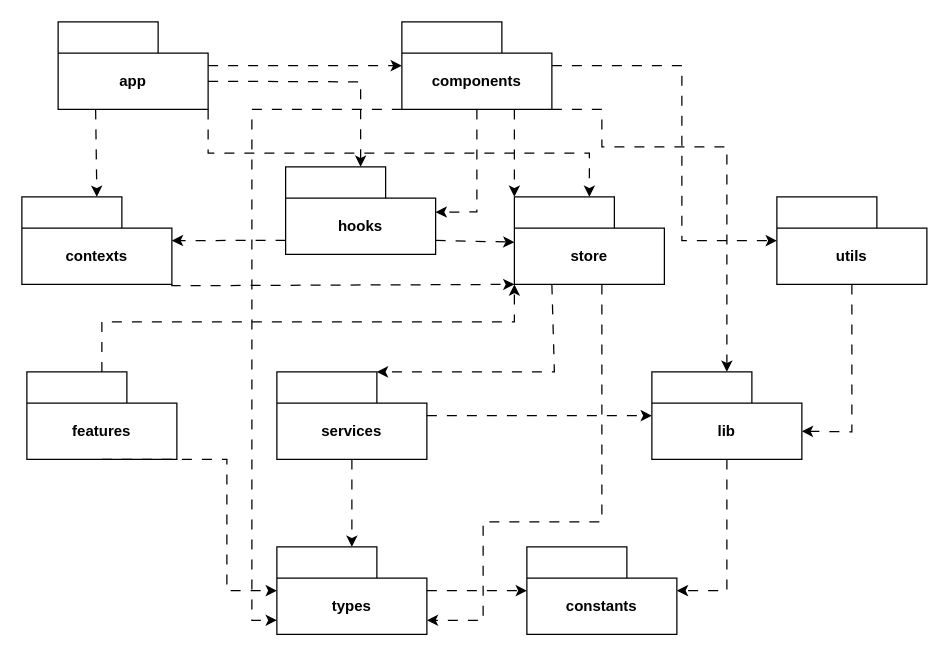
Earlier version of the draw.io diagram docs/package-diagram.drawio (SEP490-FA25-G25/tms-sep490-fe). Source tidied: cells renumbered, new cells numbered last; positions are measured from the earlier drawing's top-left corner, leaving out a move shared by most shapes. Both pictures are drawn from the tidied source at 125%, with x=0, y=0 at pixel (21, 21).
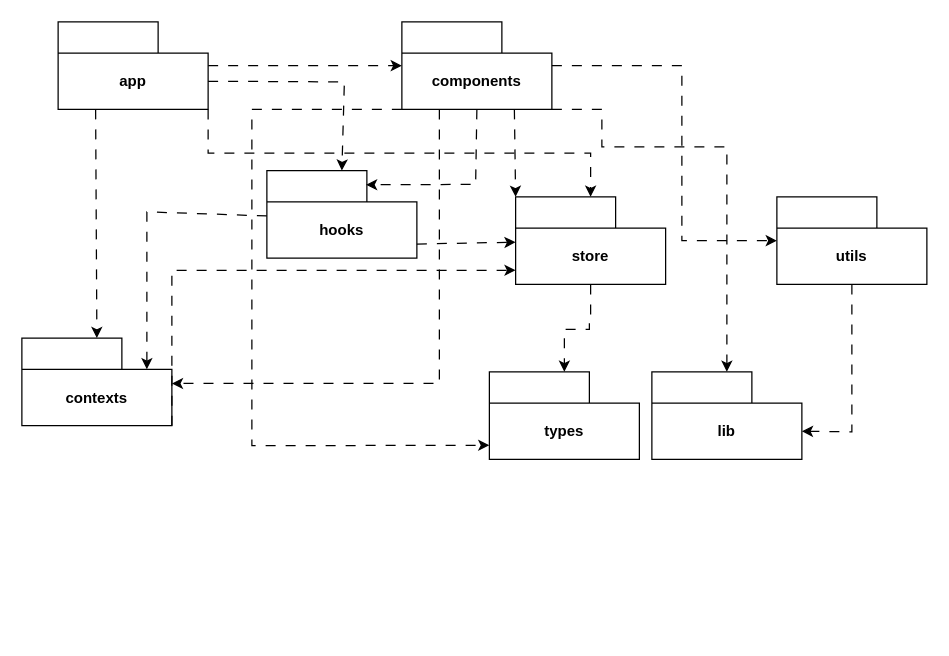
The same page after the edit.

Unchanged cells that the change refers to:
```xml
<mxCell id="2" value="&lt;b&gt;app&lt;/b&gt;" style="shape=folder;fontStyle=1;tabWidth=80;tabHeight=25;tabPosition=left;html=1;boundedLbl=1;whiteSpace=wrap;" parent="1" vertex="1">
  <mxGeometry x="29" width="120" height="70" as="geometry" />
</mxCell>
<mxCell id="3" value="&lt;b&gt;components&lt;/b&gt;" style="shape=folder;fontStyle=1;tabWidth=80;tabHeight=25;tabPosition=left;html=1;boundedLbl=1;whiteSpace=wrap;" parent="1" vertex="1">
  <mxGeometry x="304" width="120" height="70" as="geometry" />
</mxCell>
<mxCell id="10" value="&lt;b&gt;lib&lt;/b&gt;" style="shape=folder;fontStyle=1;tabWidth=80;tabHeight=25;tabPosition=left;html=1;boundedLbl=1;whiteSpace=wrap;" parent="1" vertex="1">
  <mxGeometry x="504" y="280" width="120" height="70" as="geometry" />
</mxCell>
```

Change to the diagram source:
```diff
@@
     <mxCell id="4" value="&lt;b&gt;contexts&lt;/b&gt;" style="shape=folder;fontStyle=1;tabWidth=80;tabHeight=25;tabPosition=left;html=1;boundedLbl=1;whiteSpace=wrap;" parent="1" vertex="1">
-      <mxGeometry y="140" width="120" height="70" as="geometry" />
+      <mxGeometry y="253" width="120" height="70" as="geometry" />
     </mxCell>
     <mxCell id="5" value="&lt;b&gt;hooks&lt;/b&gt;" style="shape=folder;fontStyle=1;tabWidth=80;tabHeight=25;tabPosition=left;html=1;boundedLbl=1;whiteSpace=wrap;" parent="1" vertex="1">
-      <mxGeometry x="211" y="116" width="120" height="70" as="geometry" />
+      <mxGeometry x="196" y="119" width="120" height="70" as="geometry" />
     </mxCell>
     <mxCell id="6" value="&lt;b&gt;store&lt;/b&gt;" style="shape=folder;fontStyle=1;tabWidth=80;tabHeight=25;tabPosition=left;html=1;boundedLbl=1;whiteSpace=wrap;" parent="1" vertex="1">
-      <mxGeometry x="394" y="140" width="120" height="70" as="geometry" />
+      <mxGeometry x="395" y="140" width="120" height="70" as="geometry" />
     </mxCell>
@@
-    <mxCell id="8" value="&lt;b&gt;features&lt;/b&gt;" style="shape=folder;fontStyle=1;tabWidth=80;tabHeight=25;tabPosition=left;html=1;boundedLbl=1;whiteSpace=wrap;" parent="1" vertex="1">
-      <mxGeometry x="4" y="280" width="120" height="70" as="geometry" />
-    </mxCell>
-    <mxCell id="9" value="&lt;b&gt;services&lt;/b&gt;" style="shape=folder;fontStyle=1;tabWidth=80;tabHeight=25;tabPosition=left;html=1;boundedLbl=1;whiteSpace=wrap;" parent="1" vertex="1">
-      <mxGeometry x="204" y="280" width="120" height="70" as="geometry" />
-    </mxCell>
@@
     <mxCell id="11" value="&lt;b&gt;types&lt;/b&gt;" style="shape=folder;fontStyle=1;tabWidth=80;tabHeight=25;tabPosition=left;html=1;boundedLbl=1;whiteSpace=wrap;" parent="1" vertex="1">
-      <mxGeometry x="204" y="420" width="120" height="70" as="geometry" />
+      <mxGeometry x="374" y="280" width="120" height="70" as="geometry" />
     </mxCell>
-    <mxCell id="12" value="&lt;b&gt;constants&lt;/b&gt;" style="shape=folder;fontStyle=1;tabWidth=80;tabHeight=25;tabPosition=left;html=1;boundedLbl=1;whiteSpace=wrap;" parent="1" vertex="1">
-      <mxGeometry x="404" y="420" width="120" height="70" as="geometry" />
-    </mxCell>
@@
     <mxCell id="15" style="endArrow=classic;html=1;rounded=0;dashed=1;dashPattern=8 8;exitX=0;exitY=0;exitDx=120;exitDy=47.5;entryX=0.5;entryY=0;entryDx=0;entryDy=0;exitPerimeter=0;" parent="1" edge="1" source="2" target="5">
       <mxGeometry relative="1" as="geometry">
         <Array as="points">
-          <mxPoint x="271" y="48" />
+          <mxPoint x="258" y="48" />
         </Array>
       </mxGeometry>
     </mxCell>
@@
-    <mxCell id="17" style="endArrow=classic;html=1;rounded=0;dashed=1;dashPattern=8 8;exitX=0.5;exitY=1;exitDx=0;exitDy=0;entryX=0;entryY=0;entryDx=120;entryDy=36.25;entryPerimeter=0;exitPerimeter=0;" parent="1" edge="1" source="3" target="5">
+    <mxCell id="17" style="endArrow=classic;html=1;rounded=0;dashed=1;dashPattern=8 8;exitX=0.5;exitY=1;exitDx=0;exitDy=0;entryX=0.661;entryY=0.162;entryDx=0;entryDy=0;entryPerimeter=0;exitPerimeter=0;" parent="1" edge="1" source="3" target="5">
       <mxGeometry relative="1" as="geometry">
         <Array as="points">
-          <mxPoint x="364" y="152" />
+          <mxPoint x="363" y="130" />
         </Array>
       </mxGeometry>
     </mxCell>
@@
-    <mxCell id="21" style="endArrow=classic;html=1;rounded=0;dashed=1;dashPattern=8 8;exitX=0;exitY=0;exitDx=0;exitDy=58.75;entryX=1;entryY=0.5;entryDx=0;entryDy=0;exitPerimeter=0;" parent="1" edge="1" source="5" target="4">
-      <mxGeometry relative="1" as="geometry" />
+    <mxCell id="21" style="endArrow=classic;html=1;rounded=0;dashed=1;dashPattern=8 8;exitX=0;exitY=0;exitDx=0;exitDy=36.25;entryX=0;entryY=0;entryDx=100;entryDy=25;exitPerimeter=0;entryPerimeter=0;" parent="1" edge="1" source="5" target="4">
+      <mxGeometry relative="1" as="geometry">
+        <Array as="points">
+          <mxPoint x="100" y="152" />
+        </Array>
+      </mxGeometry>
     </mxCell>
@@
-    <mxCell id="23" style="endArrow=classic;html=1;rounded=0;dashed=1;dashPattern=8 8;exitX=1;exitY=1;exitDx=0;exitDy=0;entryX=0;entryY=1;entryDx=0;entryDy=0;edgeStyle=orthogonalEdgeStyle;" parent="1" edge="1" source="4" target="6">
+    <mxCell id="23" style="endArrow=classic;html=1;rounded=0;dashed=1;dashPattern=8 8;exitX=1;exitY=1;exitDx=0;exitDy=0;entryX=0;entryY=0;entryDx=0;entryDy=58.75;edgeStyle=orthogonalEdgeStyle;entryPerimeter=0;" parent="1" edge="1" source="4" target="6">
       <mxGeometry relative="1" as="geometry">
         <Array as="points">
-          <mxPoint x="144" y="211" />
-          <mxPoint x="404" y="211" />
+          <mxPoint x="120" y="199" />
+          <mxPoint x="395" y="199" />
         </Array>
       </mxGeometry>
     </mxCell>
-    <mxCell id="24" style="endArrow=classic;html=1;rounded=0;dashed=1;dashPattern=8 8;exitX=0.25;exitY=1;exitDx=0;exitDy=0;entryX=0;entryY=0;entryDx=80;entryDy=0;entryPerimeter=0;exitPerimeter=0;" parent="1" edge="1" source="6" target="9">
-      <mxGeometry relative="1" as="geometry">
-        <Array as="points">
-          <mxPoint x="426" y="280" />
-        </Array>
-      </mxGeometry>
-    </mxCell>
-    <mxCell id="25" style="endArrow=classic;html=1;rounded=0;dashed=1;dashPattern=8 8;entryX=0;entryY=0;entryDx=120;entryDy=58.75;edgeStyle=orthogonalEdgeStyle;entryPerimeter=0;" parent="1" edge="1" source="6" target="11">
+    <mxCell id="25" style="endArrow=classic;html=1;rounded=0;dashed=1;dashPattern=8 8;entryX=0.5;entryY=0;entryDx=0;entryDy=0;edgeStyle=orthogonalEdgeStyle;" parent="1" edge="1" source="6" target="11">
       <mxGeometry relative="1" as="geometry">
         <Array as="points">
-          <mxPoint x="464" y="400" />
-          <mxPoint x="369" y="400" />
-          <mxPoint x="369" y="479" />
-          <mxPoint x="324" y="479" />
+          <mxPoint x="455" y="240" />
+          <mxPoint x="454" y="240" />
+          <mxPoint x="454" y="246" />
+          <mxPoint x="434" y="246" />
         </Array>
       </mxGeometry>
     </mxCell>
-    <mxCell id="26" style="endArrow=classic;html=1;rounded=0;dashed=1;dashPattern=8 8;exitX=0.5;exitY=0;exitDx=0;exitDy=0;entryX=0;entryY=1;entryDx=0;entryDy=0;edgeStyle=orthogonalEdgeStyle;" parent="1" edge="1" source="8" target="6">
-      <mxGeometry relative="1" as="geometry">
-        <Array as="points">
-          <mxPoint x="164" y="240" />
-          <mxPoint x="384" y="240" />
-        </Array>
-      </mxGeometry>
-    </mxCell>
-    <mxCell id="27" style="endArrow=classic;html=1;rounded=0;dashed=1;dashPattern=8 8;exitX=0.5;exitY=1;exitDx=0;exitDy=0;entryX=0;entryY=0.5;entryDx=0;entryDy=0;edgeStyle=orthogonalEdgeStyle;" parent="1" edge="1" source="8" target="11">
-      <mxGeometry relative="1" as="geometry">
-        <Array as="points">
-          <mxPoint x="164" y="455" />
-        </Array>
-      </mxGeometry>
-    </mxCell>
-    <mxCell id="28" style="endArrow=classic;html=1;rounded=0;dashed=1;dashPattern=8 8;exitX=0.5;exitY=1;exitDx=0;exitDy=0;entryX=0.5;entryY=0;entryDx=0;entryDy=0;" parent="1" edge="1" source="9" target="11">
-      <mxGeometry relative="1" as="geometry" />
-    </mxCell>
-    <mxCell id="29" style="endArrow=classic;html=1;rounded=0;dashed=1;dashPattern=8 8;exitX=1;exitY=0.5;exitDx=0;exitDy=0;entryX=0;entryY=0.5;entryDx=0;entryDy=0;" parent="1" edge="1" source="9" target="10">
-      <mxGeometry relative="1" as="geometry" />
-    </mxCell>
@@
-    <mxCell id="31" style="endArrow=classic;html=1;rounded=0;dashed=1;dashPattern=8 8;exitX=0.5;exitY=1;exitDx=0;exitDy=0;entryX=1;entryY=0.5;entryDx=0;entryDy=0;edgeStyle=orthogonalEdgeStyle;" parent="1" edge="1" source="10" target="12">
-      <mxGeometry relative="1" as="geometry">
-        <Array as="points">
-          <mxPoint x="564" y="455" />
-        </Array>
-      </mxGeometry>
-    </mxCell>
-    <mxCell id="32" style="endArrow=classic;html=1;rounded=0;dashed=1;dashPattern=8 8;exitX=1;exitY=0.5;exitDx=0;exitDy=0;entryX=0;entryY=0.5;entryDx=0;entryDy=0;" parent="1" edge="1" source="11" target="12">
-      <mxGeometry relative="1" as="geometry" />
-    </mxCell>
     <mxCell id="33" style="endArrow=classic;html=1;rounded=0;dashed=1;dashPattern=8 8;exitX=0;exitY=0;exitDx=0;exitDy=70;entryX=0;entryY=0;entryDx=0;entryDy=58.75;edgeStyle=orthogonalEdgeStyle;exitPerimeter=0;entryPerimeter=0;" parent="1" edge="1" source="3" target="11">
       <mxGeometry relative="1" as="geometry">
         <Array as="points">
           <mxPoint x="184" y="70" />
-          <mxPoint x="184" y="479" />
-          <mxPoint x="204" y="479" />
+          <mxPoint x="184" y="339" />
+          <mxPoint x="204" y="339" />
         </Array>
       </mxGeometry>
     </mxCell>
+    <mxCell id="34" style="endArrow=classic;html=1;rounded=0;dashed=1;dashPattern=8 8;exitX=0.25;exitY=1;exitDx=0;exitDy=0;entryX=0;entryY=0;entryDx=120;entryDy=36.25;edgeStyle=orthogonalEdgeStyle;exitPerimeter=0;entryPerimeter=0;" parent="1" edge="1" source="3" target="4">
+      <mxGeometry relative="1" as="geometry">
+        <Array as="points">
+          <mxPoint x="334" y="289" />
+          <mxPoint x="120" y="289" />
+        </Array>
+      </mxGeometry>
+    </mxCell>
```
